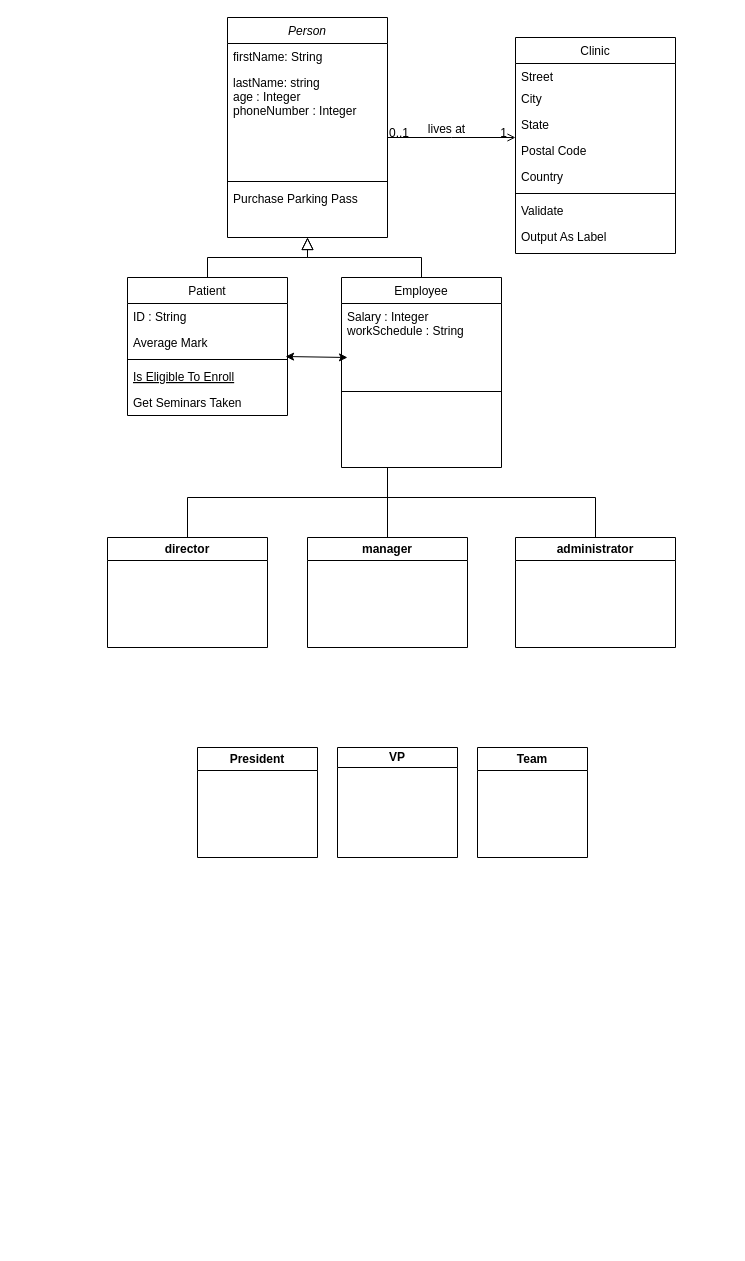
This is Untitled Diagram.drawio from yushika-j/seg-2505, a draw.io file, before an edit. Source tidied: cells renumbered, new cells numbered last; positions are measured from the earlier drawing's top-left corner, leaving out a move shared by most shapes. Both pictures are drawn from the tidied source at 100%, with x=0, y=0 at pixel (107, 17).
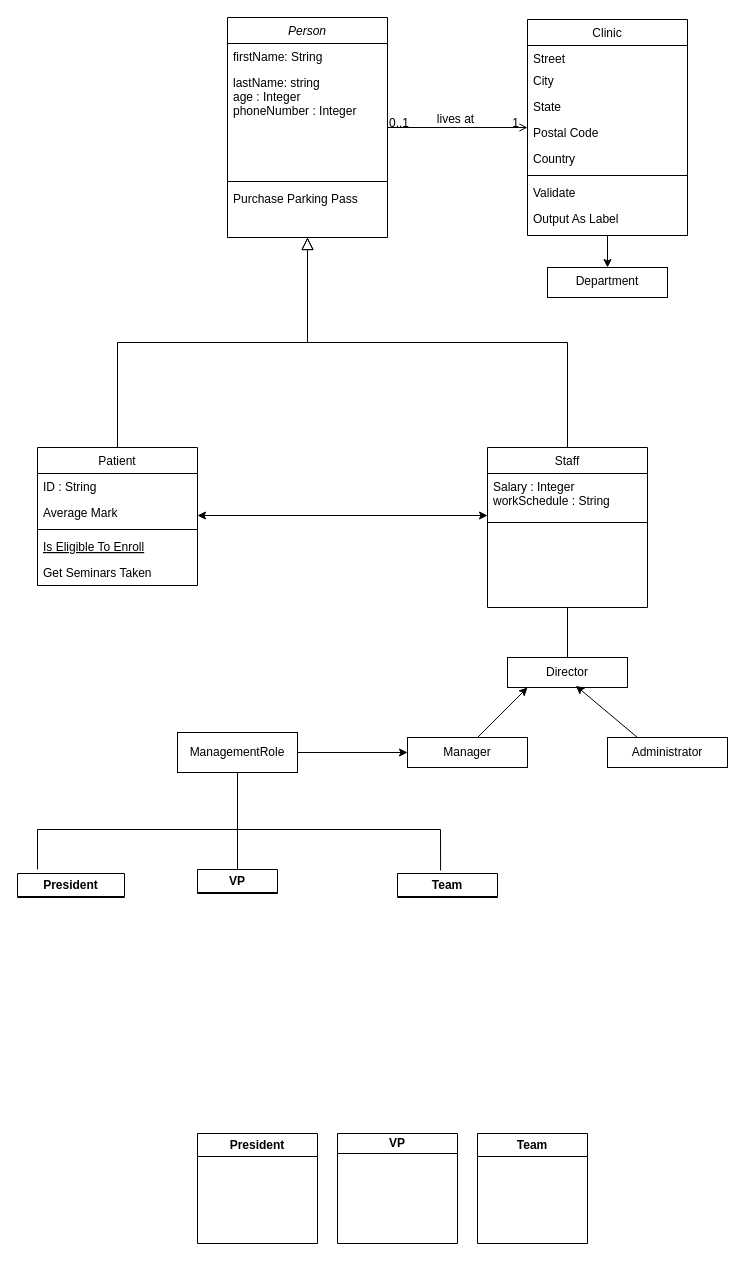
After the change.

The change refers to these unchanged cells:
```xml
<mxCell id="2" value="Person" style="swimlane;fontStyle=2;align=center;verticalAlign=top;horizontal=1;startSize=26;rounded=0;shadow=0;strokeWidth=1;" parent="1" vertex="1">
  <mxGeometry x="120" width="160" height="220" as="geometry" />
</mxCell>
<mxCell id="11" value="Is Eligible To Enroll" style="text;align=left;verticalAlign=top;spacingLeft=4;spacingRight=4;overflow=hidden;points=[[0,0.5],[1,0.5]];portConstraint=eastwest;fontStyle=4;" parent="7" vertex="1">
  <mxGeometry y="86" width="160" height="26" as="geometry" />
</mxCell>
```

The edit, as a diff of the source:
```diff
@@
     <mxCell id="7" value="Patient" style="swimlane;fontStyle=0;align=center;verticalAlign=top;horizontal=1;startSize=26;rounded=0;shadow=0;strokeWidth=1;" parent="1" vertex="1">
-      <mxGeometry x="20" y="260" width="160" height="138" as="geometry" />
+      <mxGeometry x="-70" y="430" width="160" height="138" as="geometry" />
     </mxCell>
@@
-    <mxCell id="14" value="Employee" style="swimlane;fontStyle=0;align=center;verticalAlign=top;horizontal=1;startSize=26;rounded=0;shadow=0;strokeWidth=1;" parent="1" vertex="1">
-      <mxGeometry x="234" y="260" width="160" height="190" as="geometry" />
+    <mxCell id="14" value="Staff" style="swimlane;fontStyle=0;align=center;verticalAlign=top;horizontal=1;startSize=26;rounded=0;shadow=0;strokeWidth=1;" parent="1" vertex="1">
+      <mxGeometry x="380" y="430" width="160" height="160" as="geometry" />
     </mxCell>
     <mxCell id="15" value="Salary : Integer&#10;workSchedule : String&#10;" style="text;align=left;verticalAlign=top;spacingLeft=4;spacingRight=4;overflow=hidden;" parent="14" vertex="1">
-      <mxGeometry y="26" width="160" height="84" as="geometry" />
+      <mxGeometry y="26" width="160" height="44" as="geometry" />
     </mxCell>
-    <mxCell id="16" style="line;html=1;strokeWidth=1;align=left;verticalAlign=middle;spacingTop=-1;spacingLeft=3;spacingRight=3;labelPosition=right;" parent="14" vertex="1">
-      <mxGeometry y="110" width="160" height="8" as="geometry" />
-    </mxCell>
+    <mxCell id="41" style="line;html=1;strokeWidth=1;align=left;verticalAlign=middle;spacingTop=-1;spacingLeft=3;spacingRight=3;labelPosition=right;" parent="14" vertex="1">
+      <mxGeometry y="70" width="160" height="10" as="geometry" />
+    </mxCell>
     <mxCell id="17" style="endArrow=block;endSize=10;endFill=0;shadow=0;strokeWidth=1;rounded=0;edgeStyle=elbowEdgeStyle;elbow=vertical;" parent="1" edge="1" source="14" target="2">
-      <mxGeometry relative="1" as="geometry" />
+      <mxGeometry relative="1" as="geometry">
+        <Array as="points">
+          <mxPoint x="460" y="325" />
+          <mxPoint x="320" y="325" />
+        </Array>
+      </mxGeometry>
     </mxCell>
+    <mxCell id="42" style="edgeStyle=orthogonalEdgeStyle;rounded=0;jettySize=auto;html=1;" parent="1" edge="1" source="18" target="43">
+      <mxGeometry relative="1" as="geometry" />
+    </mxCell>
     <mxCell id="18" value="Clinic" style="swimlane;fontStyle=0;align=center;verticalAlign=top;horizontal=1;startSize=26;rounded=0;shadow=0;strokeWidth=1;" parent="1" vertex="1">
-      <mxGeometry x="408" y="20" width="160" height="216" as="geometry" />
+      <mxGeometry x="420" y="2" width="160" height="216" as="geometry" />
     </mxCell>
@@
-    <mxCell id="31" value="director" style="swimlane;whiteSpace=wrap;html=1;" parent="1" vertex="1">
-      <mxGeometry y="520" width="160" height="110" as="geometry" />
+    <mxCell id="31" value="President" style="swimlane;whiteSpace=wrap;html=1;" parent="1" vertex="1">
+      <mxGeometry x="-90" y="856" width="107" height="24" as="geometry" />
     </mxCell>
-    <mxCell id="32" value="manager" style="swimlane;whiteSpace=wrap;html=1;" parent="1" vertex="1">
-      <mxGeometry x="200" y="520" width="160" height="110" as="geometry" />
+    <mxCell id="32" value="VP" style="swimlane;whiteSpace=wrap;html=1;" parent="1" vertex="1">
+      <mxGeometry x="90" y="852" width="80" height="24" as="geometry" />
     </mxCell>
+    <mxCell id="34" style="endArrow=classic;startArrow=classic;html=1;rounded=0;" parent="1" edge="1">
+      <mxGeometry relative="1" as="geometry">
+        <mxPoint x="380" y="498" as="sourcePoint" />
+        <mxPoint x="90" y="498" as="targetPoint" />
+      </mxGeometry>
+    </mxCell>
-    <mxCell id="33" value="administrator" style="swimlane;whiteSpace=wrap;html=1;" parent="1" vertex="1">
-      <mxGeometry x="408" y="520" width="160" height="110" as="geometry" />
+    <mxCell id="33" value="Team" style="swimlane;whiteSpace=wrap;html=1;" parent="1" vertex="1">
+      <mxGeometry x="290" y="856" width="100" height="24" as="geometry" />
     </mxCell>
-    <mxCell id="34" style="endArrow=classic;startArrow=classic;html=1;rounded=0;entryX=0.988;entryY=-0.269;entryDx=0;entryDy=0;entryPerimeter=0;" parent="1" edge="1" target="11">
-      <mxGeometry relative="1" as="geometry">
-        <mxPoint x="240" y="340" as="sourcePoint" />
-      </mxGeometry>
-    </mxCell>
     <mxCell id="35" value="President" style="swimlane;whiteSpace=wrap;html=1;" parent="1" vertex="1">
-      <mxGeometry x="90" y="730" width="120" height="110" as="geometry" />
+      <mxGeometry x="90" y="1116" width="120" height="110" as="geometry" />
     </mxCell>
     <mxCell id="36" value="VP" style="swimlane;whiteSpace=wrap;html=1;startSize=20;" parent="1" vertex="1">
-      <mxGeometry x="230" y="730" width="120" height="110" as="geometry" />
+      <mxGeometry x="230" y="1116" width="120" height="110" as="geometry" />
     </mxCell>
     <mxCell id="37" value="Team" style="swimlane;whiteSpace=wrap;html=1;" parent="1" vertex="1">
-      <mxGeometry x="370" y="730" width="110" height="110" as="geometry" />
+      <mxGeometry x="370" y="1116" width="110" height="110" as="geometry" />
     </mxCell>
-    <mxCell id="38" style="endArrow=none;html=1;rounded=0;exitX=0.5;exitY=0;exitDx=0;exitDy=0;" parent="1" edge="1" source="32">
-      <mxGeometry relative="1" as="geometry">
-        <mxPoint x="280" y="450" as="targetPoint" />
-      </mxGeometry>
+    <mxCell id="38" style="endArrow=none;html=1;rounded=0;exitX=0.5;exitY=0;exitDx=0;exitDy=0;" parent="1" edge="1" source="32" target="51">
+      <mxGeometry relative="1" as="geometry" />
     </mxCell>
-    <mxCell id="39" style="endArrow=none;html=1;rounded=0;exitX=0.5;exitY=0;exitDx=0;exitDy=0;" parent="1" edge="1" source="31">
+    <mxCell id="39" style="endArrow=none;html=1;rounded=0;exitX=0.5;exitY=0;exitDx=0;exitDy=0;" parent="1" edge="1">
       <mxGeometry relative="1" as="geometry">
-        <mxPoint x="280" y="480" as="targetPoint" />
+        <mxPoint x="-70" y="852" as="sourcePoint" />
+        <mxPoint x="130" y="812" as="targetPoint" />
         <Array as="points">
-          <mxPoint x="80" y="480" />
+          <mxPoint x="-70" y="812" />
         </Array>
       </mxGeometry>
     </mxCell>
-    <mxCell id="40" style="endArrow=none;html=1;rounded=0;entryX=0.5;entryY=0;entryDx=0;entryDy=0;" parent="1" edge="1" target="33">
+    <mxCell id="40" style="endArrow=none;html=1;rounded=0;entryX=0.431;entryY=-0.125;entryDx=0;entryDy=0;entryPerimeter=0;" parent="1" edge="1" target="33">
       <mxGeometry relative="1" as="geometry">
-        <mxPoint x="280" y="480" as="sourcePoint" />
+        <mxPoint x="130" y="812" as="sourcePoint" />
         <Array as="points">
-          <mxPoint x="488" y="480" />
+          <mxPoint x="333" y="812" />
         </Array>
       </mxGeometry>
     </mxCell>
+    <mxCell id="43" value="Department" style="whiteSpace=wrap;html=1;verticalAlign=top;fontStyle=0;startSize=26;rounded=0;shadow=0;strokeWidth=1;" parent="1" vertex="1">
+      <mxGeometry x="440" y="250" width="120" height="30" as="geometry" />
+    </mxCell>
+    <mxCell id="44" value="Director" style="rounded=0;whiteSpace=wrap;html=1;" parent="1" vertex="1">
+      <mxGeometry x="400" y="640" width="120" height="30" as="geometry" />
+    </mxCell>
+    <mxCell id="45" value="Manager" style="rounded=0;whiteSpace=wrap;html=1;" parent="1" vertex="1">
+      <mxGeometry x="300" y="720" width="120" height="30" as="geometry" />
+    </mxCell>
+    <mxCell id="46" value="Administrator" style="rounded=0;whiteSpace=wrap;html=1;" parent="1" vertex="1">
+      <mxGeometry x="500" y="720" width="120" height="30" as="geometry" />
+    </mxCell>
+    <mxCell id="47" style="endArrow=classic;html=1;rounded=0;" parent="1" edge="1">
+      <mxGeometry relative="1" as="geometry">
+        <mxPoint x="370" y="720" as="sourcePoint" />
+        <mxPoint x="420" y="670" as="targetPoint" />
+      </mxGeometry>
+    </mxCell>
+    <mxCell id="48" style="endArrow=classic;html=1;rounded=0;entryX=0.57;entryY=0.943;entryDx=0;entryDy=0;entryPerimeter=0;exitX=0.25;exitY=0;exitDx=0;exitDy=0;" parent="1" edge="1" source="46" target="44">
+      <mxGeometry relative="1" as="geometry" />
+    </mxCell>
+    <mxCell id="49" style="endArrow=none;html=1;rounded=0;entryX=0.5;entryY=1;entryDx=0;entryDy=0;exitX=0.5;exitY=0;exitDx=0;exitDy=0;" parent="1" edge="1" source="44" target="14">
+      <mxGeometry relative="1" as="geometry" />
+    </mxCell>
+    <mxCell id="50" style="edgeStyle=orthogonalEdgeStyle;rounded=0;jettySize=auto;html=1;" parent="1" edge="1" source="51" target="45">
+      <mxGeometry relative="1" as="geometry" />
+    </mxCell>
+    <mxCell id="51" value="ManagementRole" style="rounded=0;whiteSpace=wrap;html=1;" parent="1" vertex="1">
+      <mxGeometry x="70" y="715" width="120" height="40" as="geometry" />
+    </mxCell>
```
